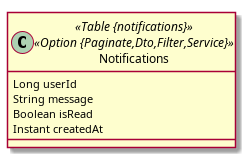
The PlantUML diagram infra/db/jdl/notification_db.png in phungle2508/AppF4, before a commit.
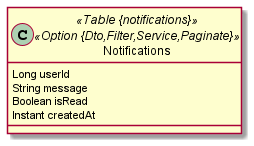
After the commit.

Diff of the diagram source:
```diff
@@ -1,7 +1,6 @@
 @startuml
-	!pragma layout smetana
 	!pragma syntax class
-	class Notifications <<Table {notifications}>><<Option {Paginate,Dto,Filter,Service}>> {
+	class Notifications <<Table {notifications}>><<Option {Dto,Filter,Service,Paginate}>> {
 		Long userId
 		String message
 		Boolean isRead
```
